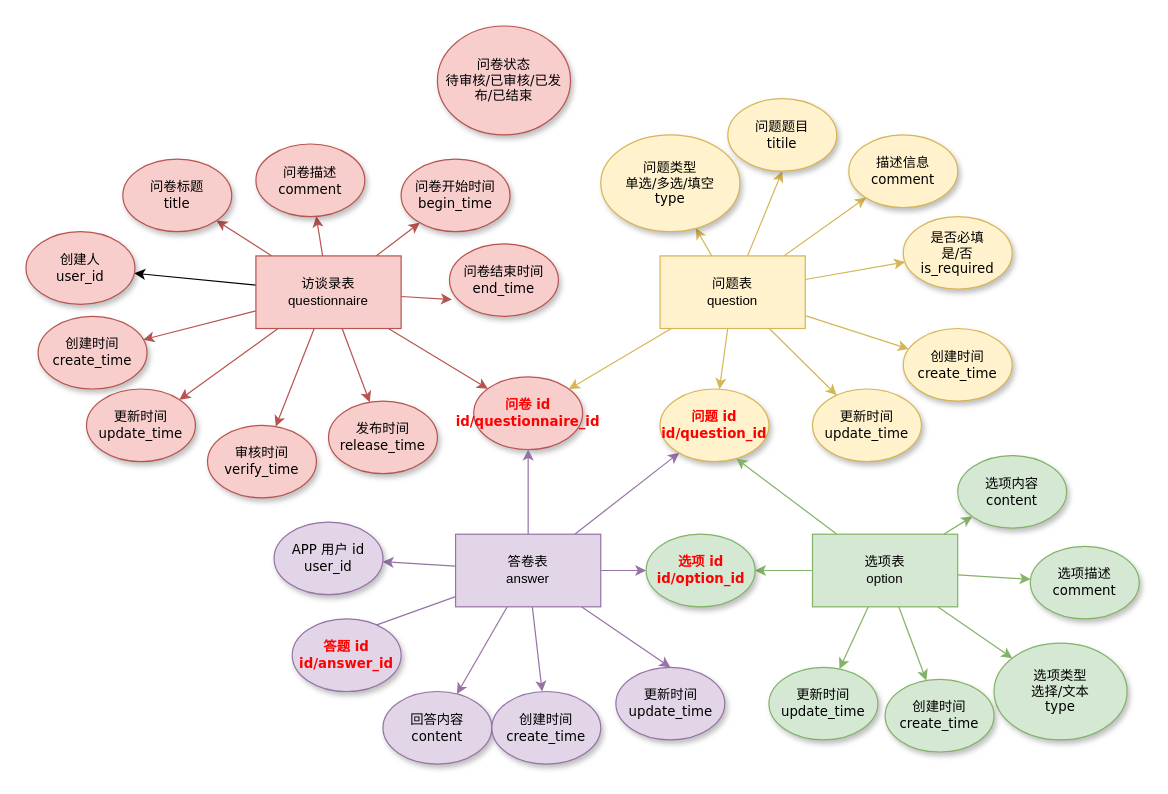
The draw.io diagram 访谈录ER.drawio in Eurkon/Diagrams, before the edit. Source tidied: cells renumbered, new cells numbered last; positions are measured from the earlier drawing's top-left corner, leaving out a move shared by most shapes. Both pictures are drawn from the tidied source at 121%, with x=0, y=0 at pixel (25, 25).
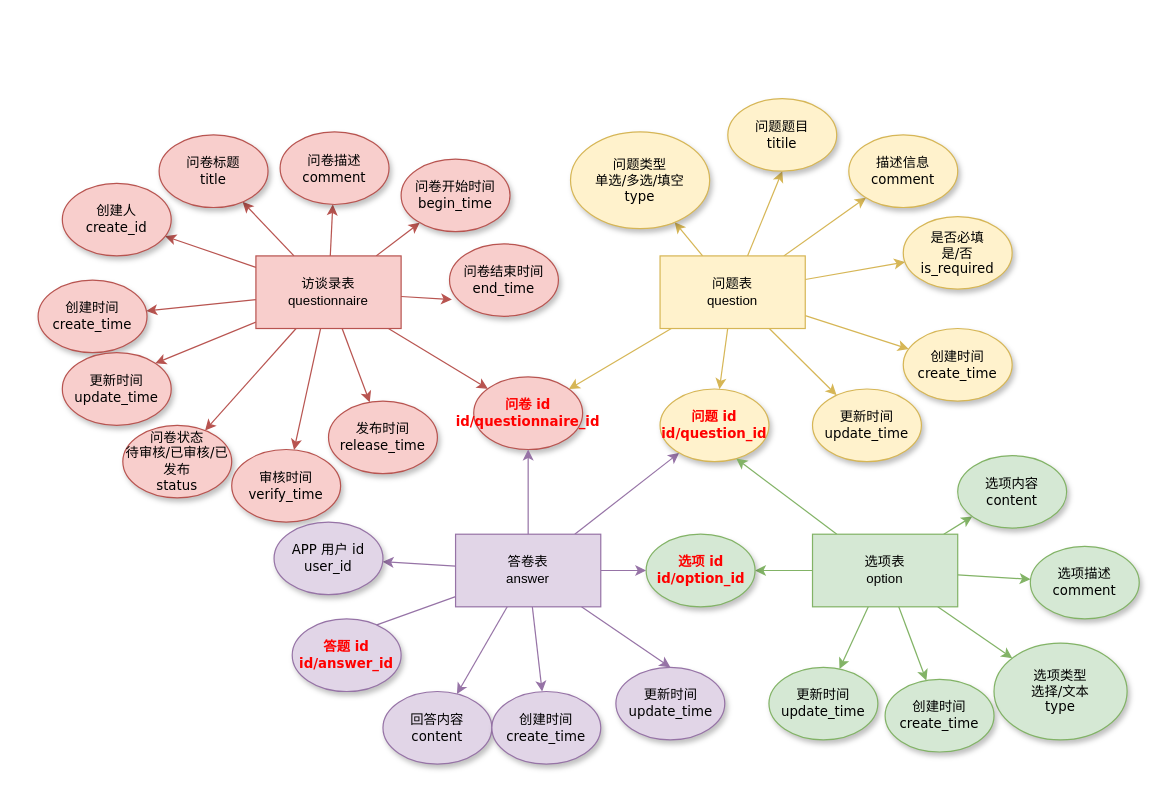
The same diagram, later.

Commit message:
更新访谈录ER.drawio

The change refers to these unchanged cells:
```xml
<mxCell id="13" value="访谈录表&lt;br style=&quot;font-size: 11px;&quot;&gt;questionnaire" style="rounded=0;whiteSpace=wrap;html=1;fontSize=11;fillColor=#f8cecc;strokeColor=#b85450;" parent="1" vertex="1">
  <mxGeometry x="190" y="190" width="120" height="60" as="geometry" />
</mxCell>
```

Change to the diagram source:
```diff
@@
-    <mxCell id="12" style="edgeStyle=none;rounded=0;jettySize=auto;html=1;fontSize=11;" parent="1" edge="1" source="13" target="67">
+    <mxCell id="12" style="edgeStyle=none;rounded=0;jettySize=auto;html=1;fontSize=11;fillColor=#f8cecc;strokeColor=#b85450;" parent="1" edge="1" source="13" target="67">
       <mxGeometry relative="1" as="geometry" />
     </mxCell>
+    <mxCell id="68" style="edgeStyle=none;rounded=0;jettySize=auto;html=1;fontSize=11;fillColor=#f8cecc;strokeColor=#b85450;" parent="1" edge="1" source="13" target="32">
+      <mxGeometry relative="1" as="geometry" />
+    </mxCell>
@@
-    <mxCell id="32" value="问卷状态&lt;br style=&quot;font-size: 11px;&quot;&gt;待审核/已审核/已发布/已结束" style="ellipse;whiteSpace=wrap;html=1;rounded=0;shadow=1;comic=0;labelBackgroundColor=none;strokeWidth=1;fontFamily=Verdana;fontSize=11;align=center;fillColor=#f8cecc;strokeColor=#b85450;" parent="1" vertex="1">
-      <mxGeometry x="340" width="110" height="90" as="geometry" />
+    <mxCell id="32" value="问卷状态&lt;br style=&quot;font-size: 11px&quot;&gt;待审核/已审核/已发布&lt;br&gt;&lt;span style=&quot;font-size: 11px&quot;&gt;status&lt;/span&gt;" style="ellipse;whiteSpace=wrap;html=1;rounded=0;shadow=1;comic=0;labelBackgroundColor=none;strokeWidth=1;fontFamily=Verdana;fontSize=11;align=center;fillColor=#f8cecc;strokeColor=#b85450;" parent="1" vertex="1">
+      <mxGeometry x="80" y="330" width="90" height="60" as="geometry" />
     </mxCell>
@@
     <mxCell id="34" value="审核时间&lt;br style=&quot;font-size: 11px;&quot;&gt;verify_time" style="ellipse;whiteSpace=wrap;html=1;rounded=0;shadow=1;comic=0;labelBackgroundColor=none;strokeWidth=1;fontFamily=Verdana;fontSize=11;align=center;fillColor=#f8cecc;strokeColor=#b85450;" parent="1" vertex="1">
-      <mxGeometry x="150" y="330" width="90" height="60" as="geometry" />
+      <mxGeometry x="170" y="350" width="90" height="60" as="geometry" />
     </mxCell>
     <mxCell id="35" value="创建时间&lt;br style=&quot;font-size: 11px;&quot;&gt;create_time" style="ellipse;whiteSpace=wrap;html=1;rounded=0;shadow=1;comic=0;labelBackgroundColor=none;strokeWidth=1;fontFamily=Verdana;fontSize=11;align=center;fillColor=#f8cecc;strokeColor=#b85450;" parent="1" vertex="1">
-      <mxGeometry x="10" y="240" width="90" height="60" as="geometry" />
+      <mxGeometry x="10" y="210" width="90" height="60" as="geometry" />
     </mxCell>
@@
     <mxCell id="37" value="问题类型&lt;br style=&quot;font-size: 11px&quot;&gt;单选/多选/填空&lt;br&gt;type" style="ellipse;whiteSpace=wrap;html=1;rounded=0;shadow=1;comic=0;labelBackgroundColor=none;strokeWidth=1;fontFamily=Verdana;fontSize=11;align=center;fillColor=#fff2cc;strokeColor=#d6b656;" parent="1" vertex="1">
-      <mxGeometry x="475" y="90" width="115" height="80" as="geometry" />
+      <mxGeometry x="450" y="87.5" width="115" height="80" as="geometry" />
     </mxCell>
@@
     <mxCell id="45" value="问卷描述&lt;br style=&quot;font-size: 11px;&quot;&gt;comment" style="ellipse;whiteSpace=wrap;html=1;rounded=0;shadow=1;comic=0;labelBackgroundColor=none;strokeWidth=1;fontFamily=Verdana;fontSize=11;align=center;fillColor=#f8cecc;strokeColor=#b85450;" parent="1" vertex="1">
-      <mxGeometry x="190" y="97.5" width="90" height="60" as="geometry" />
+      <mxGeometry x="210" y="87.5" width="90" height="60" as="geometry" />
     </mxCell>
@@
     <mxCell id="47" value="问卷标题&lt;br style=&quot;font-size: 11px;&quot;&gt;title" style="ellipse;whiteSpace=wrap;html=1;rounded=0;shadow=1;comic=0;labelBackgroundColor=none;strokeWidth=1;fontFamily=Verdana;fontSize=11;align=center;fillColor=#f8cecc;strokeColor=#b85450;" parent="1" vertex="1">
-      <mxGeometry x="80" y="110" width="90" height="60" as="geometry" />
+      <mxGeometry x="110" y="90" width="90" height="60" as="geometry" />
     </mxCell>
@@
     <mxCell id="59" value="更新时间&lt;br style=&quot;font-size: 11px;&quot;&gt;update_time" style="ellipse;whiteSpace=wrap;html=1;rounded=0;shadow=1;comic=0;labelBackgroundColor=none;strokeWidth=1;fontFamily=Verdana;fontSize=11;align=center;fillColor=#f8cecc;strokeColor=#b85450;" parent="1" vertex="1">
-      <mxGeometry x="50" y="300" width="90" height="60" as="geometry" />
+      <mxGeometry x="30" y="270" width="90" height="60" as="geometry" />
     </mxCell>
@@
-    <mxCell id="67" value="创建人&lt;br style=&quot;font-size: 11px&quot;&gt;user_id" style="ellipse;whiteSpace=wrap;html=1;rounded=0;shadow=1;comic=0;labelBackgroundColor=none;strokeWidth=1;fontFamily=Verdana;fontSize=11;align=center;fillColor=#f8cecc;strokeColor=#b85450;" parent="1" vertex="1">
-      <mxGeometry y="170" width="90" height="60" as="geometry" />
+    <mxCell id="67" value="创建人&lt;br style=&quot;font-size: 11px&quot;&gt;create_id" style="ellipse;whiteSpace=wrap;html=1;rounded=0;shadow=1;comic=0;labelBackgroundColor=none;strokeWidth=1;fontFamily=Verdana;fontSize=11;align=center;fillColor=#f8cecc;strokeColor=#b85450;" parent="1" vertex="1">
+      <mxGeometry x="30" y="130" width="90" height="60" as="geometry" />
     </mxCell>
```
